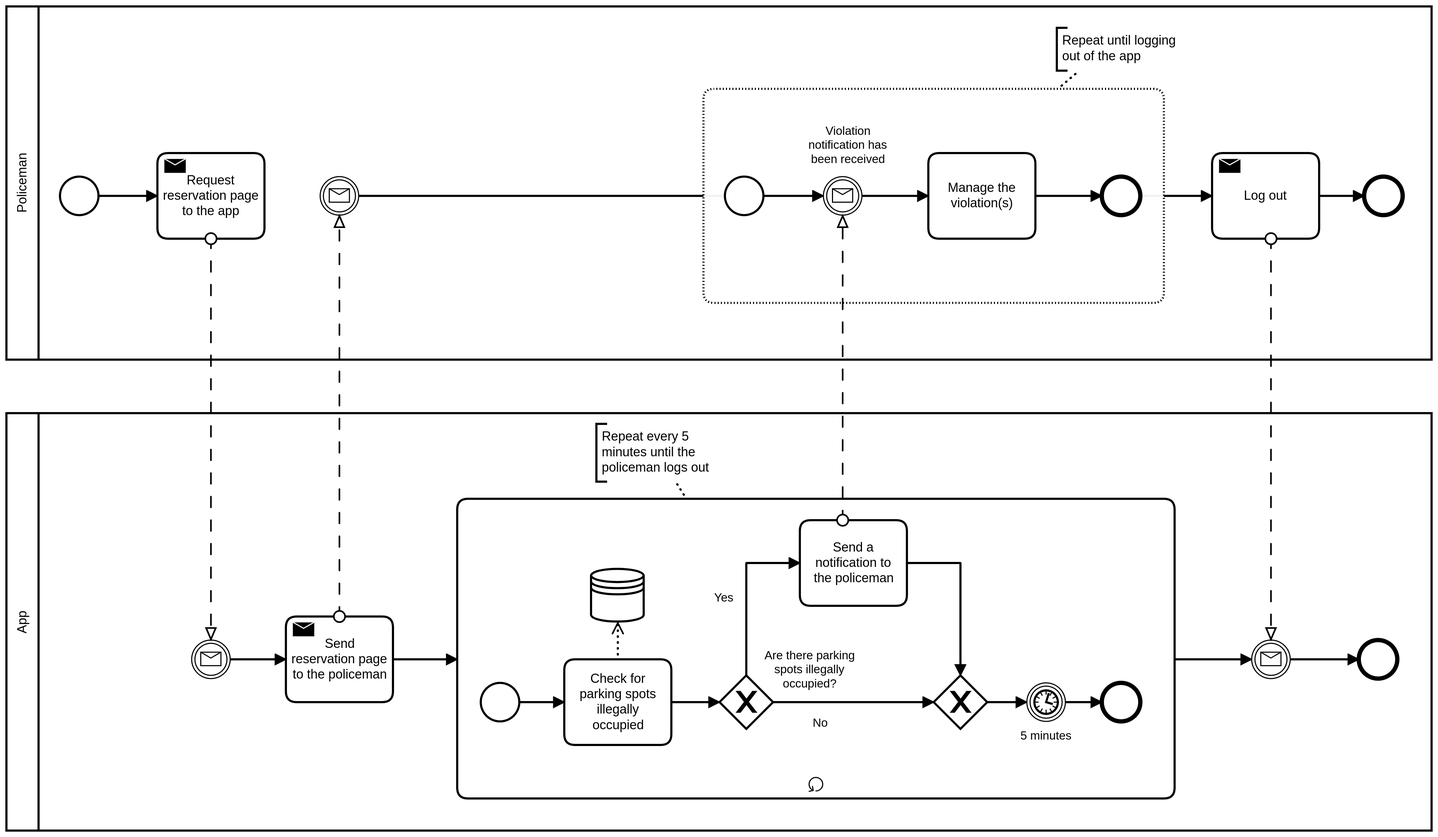
FabrizioFornari/SPM2020-FMS keeps this BPMN diagram as BPMN/Policeman notification.png. Above is the earlier version. Its source is kept beside it as BPMN/Policeman notification.bpmn. Ids are renumbered.
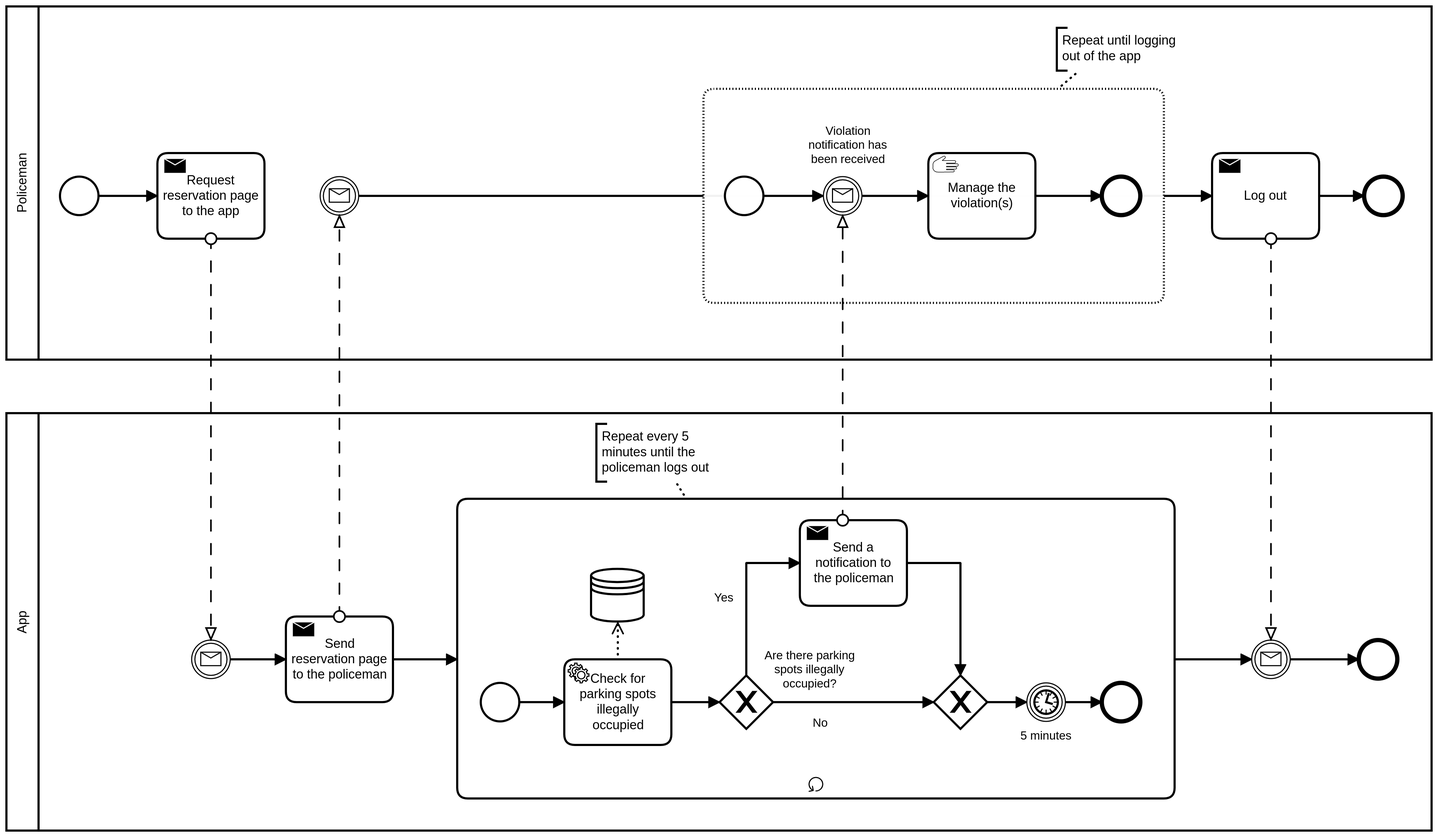
After the commit.

Commit message:
Added BPMN diagram for driver reservation

What changed in the source:
```diff
@@ -37,16 +37,16 @@
         <bpmn:outgoing>Flow_n27</bpmn:outgoing>
         <bpmn:messageEventDefinition id="MessageEventDefinition_n28" />
       </bpmn:intermediateCatchEvent>
-      <bpmn:task id="Activity_n29" name="Manage the violation(s)">
-        <bpmn:incoming>Flow_n27</bpmn:incoming>
-        <bpmn:outgoing>Flow_n30</bpmn:outgoing>
-      </bpmn:task>
       <bpmn:endEvent id="Event_n31">
         <bpmn:incoming>Flow_n30</bpmn:incoming>
       </bpmn:endEvent>
       <bpmn:sequenceFlow id="Flow_n30" sourceRef="Activity_n29" targetRef="Event_n31" />
       <bpmn:sequenceFlow id="Flow_n27" sourceRef="Event_n15" targetRef="Activity_n29" />
       <bpmn:sequenceFlow id="Flow_n26" sourceRef="Event_n25" targetRef="Event_n15" />
+      <bpmn:manualTask id="Activity_n29" name="Manage the violation(s)">
+        <bpmn:incoming>Flow_n27</bpmn:incoming>
+        <bpmn:outgoing>Flow_n30</bpmn:outgoing>
+      </bpmn:manualTask>
     </bpmn:subProcess>
     <bpmn:textAnnotation id="TextAnnotation_n32">
       <bpmn:text>Repeat until logging out of the app</bpmn:text>
@@ -61,13 +61,6 @@
       <bpmn:startEvent id="Event_n37">
         <bpmn:outgoing>Flow_n38</bpmn:outgoing>
       </bpmn:startEvent>
-      <bpmn:task id="Activity_n39" name="Check for parking spots illegally occupied">
-        <bpmn:incoming>Flow_n38</bpmn:incoming>
-        <bpmn:outgoing>Flow_n40</bpmn:outgoing>
-        <bpmn:dataOutputAssociation id="DataOutputAssociation_n41">
-          <bpmn:targetRef>DataStoreReference_n42</bpmn:targetRef>
-        </bpmn:dataOutputAssociation>
-      </bpmn:task>
       <bpmn:exclusiveGateway id="Gateway_n43" name="Are there parking spots illegally occupied?">
         <bpmn:incoming>Flow_n40</bpmn:incoming>
         <bpmn:outgoing>Flow_n44</bpmn:outgoing>
@@ -78,10 +71,6 @@
         <bpmn:incoming>Flow_n47</bpmn:incoming>
         <bpmn:outgoing>Flow_n48</bpmn:outgoing>
       </bpmn:exclusiveGateway>
-      <bpmn:task id="Activity_n14" name="Send a notification to the policeman">
-        <bpmn:incoming>Flow_n44</bpmn:incoming>
-        <bpmn:outgoing>Flow_n47</bpmn:outgoing>
-      </bpmn:task>
       <bpmn:dataStoreReference id="DataStoreReference_n42" />
       <bpmn:sequenceFlow id="Flow_n40" sourceRef="Activity_n39" targetRef="Gateway_n43" />
       <bpmn:sequenceFlow id="Flow_n44" name="Yes" sourceRef="Gateway_n43" targetRef="Activity_n14" />
@@ -98,6 +87,17 @@
         <bpmn:incoming>Flow_n50</bpmn:incoming>
       </bpmn:endEvent>
       <bpmn:sequenceFlow id="Flow_n50" sourceRef="Event_n49" targetRef="Event_n52" />
+      <bpmn:serviceTask id="Activity_n39" name="Check for parking spots illegally occupied">
+        <bpmn:incoming>Flow_n38</bpmn:incoming>
+        <bpmn:outgoing>Flow_n40</bpmn:outgoing>
+        <bpmn:dataOutputAssociation id="DataOutputAssociation_n41">
+          <bpmn:targetRef>DataStoreReference_n42</bpmn:targetRef>
+        </bpmn:dataOutputAssociation>
+      </bpmn:serviceTask>
+      <bpmn:sendTask id="Activity_n14" name="Send a notification to the policeman">
+        <bpmn:incoming>Flow_n44</bpmn:incoming>
+        <bpmn:outgoing>Flow_n47</bpmn:outgoing>
+      </bpmn:sendTask>
     </bpmn:subProcess>
     <bpmn:sequenceFlow id="Flow_n53" sourceRef="Event_n9" targetRef="Activity_n11" />
     <bpmn:sequenceFlow id="Flow_n35" sourceRef="Activity_n11" targetRef="Activity_n34" />
@@ -180,11 +180,11 @@
           <dc:Bounds x="878" y="190" width="74" height="40" />
         </bpmndi:BPMNLabel>
       </bpmndi:BPMNShape>
-      <bpmndi:BPMNShape id="Activity_n29_di" bpmnElement="Activity_n29">
-        <dc:Bounds x="990" y="217" width="100" height="80" />
-      </bpmndi:BPMNShape>
       <bpmndi:BPMNShape id="Event_n31_di" bpmnElement="Event_n31">
         <dc:Bounds x="1152" y="239" width="36" height="36" />
+      </bpmndi:BPMNShape>
+      <bpmndi:BPMNShape id="Activity_09hlo5a_di" bpmnElement="Activity_n29">
+        <dc:Bounds x="990" y="217" width="100" height="80" />
       </bpmndi:BPMNShape>
       <bpmndi:BPMNShape id="TextAnnotation_n32_di" bpmnElement="TextAnnotation_n32">
         <dc:Bounds x="1110" y="100" width="130" height="40" />
@@ -266,9 +266,6 @@
       <bpmndi:BPMNShape id="Event_n37_di" bpmnElement="Event_n37">
         <dc:Bounds x="572" y="712" width="36" height="36" />
       </bpmndi:BPMNShape>
-      <bpmndi:BPMNShape id="Activity_n39_di" bpmnElement="Activity_n39">
-        <dc:Bounds x="650" y="690" width="100" height="80" />
-      </bpmndi:BPMNShape>
       <bpmndi:BPMNShape id="DataStoreReference_n42_di" bpmnElement="DataStoreReference_n42">
         <dc:Bounds x="675" y="605" width="50" height="50" />
       </bpmndi:BPMNShape>
@@ -277,9 +274,6 @@
         <bpmndi:BPMNLabel>
           <dc:Bounds x="837" y="680" width="85" height="40" />
         </bpmndi:BPMNLabel>
-      </bpmndi:BPMNShape>
-      <bpmndi:BPMNShape id="Activity_n14_di" bpmnElement="Activity_n14">
-        <dc:Bounds x="870" y="560" width="100" height="80" />
       </bpmndi:BPMNShape>
       <bpmndi:BPMNShape id="Gateway_n46_di" bpmnElement="Gateway_n46" isMarkerVisible="true">
         <dc:Bounds x="995" y="705" width="50" height="50" />
@@ -292,6 +286,12 @@
         <bpmndi:BPMNLabel>
           <dc:Bounds x="1076" y="755" width="49" height="14" />
         </bpmndi:BPMNLabel>
+      </bpmndi:BPMNShape>
+      <bpmndi:BPMNShape id="Activity_0rgk9qk_di" bpmnElement="Activity_n39">
+        <dc:Bounds x="650" y="690" width="100" height="80" />
+      </bpmndi:BPMNShape>
+      <bpmndi:BPMNShape id="Activity_1l0y03g_di" bpmnElement="Activity_n14">
+        <dc:Bounds x="870" y="560" width="100" height="80" />
       </bpmndi:BPMNShape>
       <bpmndi:BPMNShape id="TextAnnotation_n58_di" bpmnElement="TextAnnotation_n58">
         <dc:Bounds x="680" y="470" width="120" height="54" />
```
